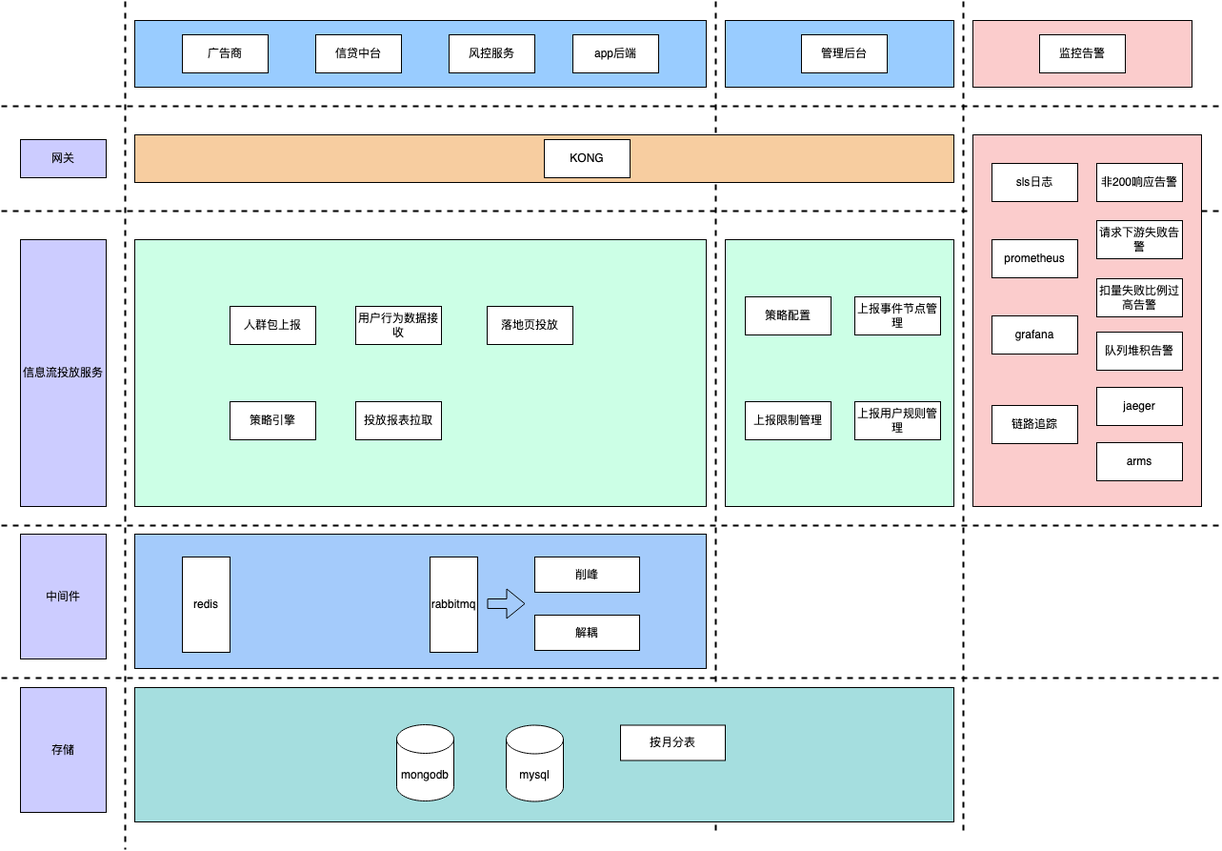
yuanlj-tea/picgo keeps this draw.io diagram as 信息流投放架构.png. Above is the earlier version. Source tidied: cells renumbered, new cells last; positions are measured from the earlier drawing's top-left corner, leaving out a move shared by most shapes.
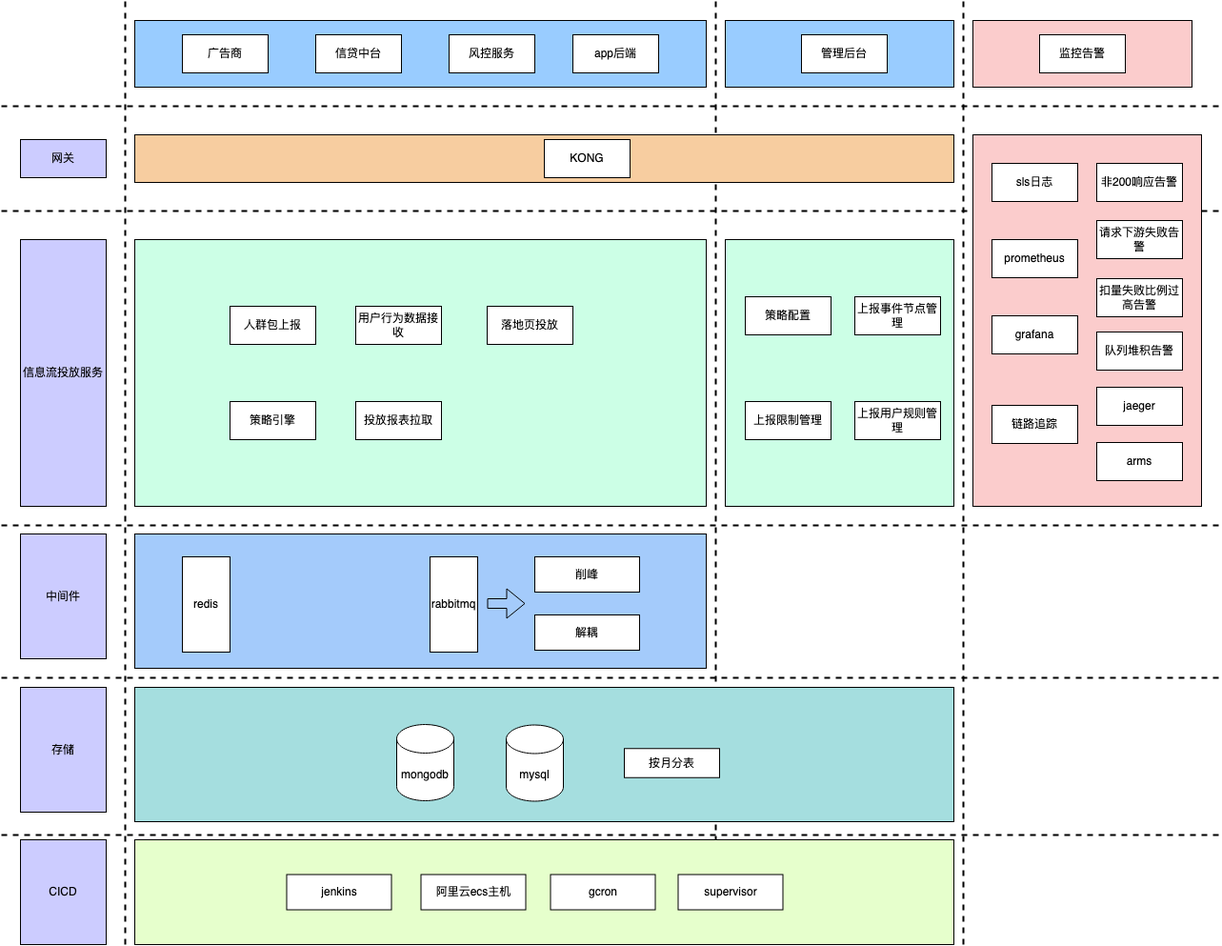
After the change.

Commit message:
更新信息流投放架构.png

What changed in the source:
```diff
@@ -26,7 +26,7 @@
     <mxCell id="8" style="endArrow=none;dashed=1;html=1;rounded=0;strokeWidth=2;" parent="1" edge="1">
       <mxGeometry relative="1" as="geometry">
         <mxPoint x="750" as="sourcePoint" />
-        <mxPoint x="750" y="870" as="targetPoint" />
+        <mxPoint x="750" y="990" as="targetPoint" />
       </mxGeometry>
     </mxCell>
     <mxCell id="9" style="rounded=0;whiteSpace=wrap;html=1;fillColor=#99CCFF;" parent="1" vertex="1">
@@ -38,7 +38,7 @@
     <mxCell id="11" style="endArrow=none;dashed=1;html=1;rounded=0;strokeWidth=2;" parent="1" edge="1">
       <mxGeometry relative="1" as="geometry">
         <mxPoint x="130" as="sourcePoint" />
-        <mxPoint x="130" y="890" as="targetPoint" />
+        <mxPoint x="130" y="990" as="targetPoint" />
       </mxGeometry>
     </mxCell>
     <mxCell id="12" value="网关" style="rounded=0;whiteSpace=wrap;html=1;fillColor=#CCCCFF;" parent="1" vertex="1">
@@ -68,7 +68,7 @@
     <mxCell id="19" style="endArrow=none;dashed=1;html=1;rounded=0;strokeWidth=2;" parent="1" edge="1">
       <mxGeometry relative="1" as="geometry">
         <mxPoint x="1010" as="sourcePoint" />
-        <mxPoint x="1010" y="870" as="targetPoint" />
+        <mxPoint x="1010" y="990" as="targetPoint" />
       </mxGeometry>
     </mxCell>
     <mxCell id="20" style="rounded=0;whiteSpace=wrap;html=1;fillColor=#CCFFE6;" parent="1" vertex="1">
@@ -186,7 +186,31 @@
       <mxGeometry x="530" y="759.5" width="60" height="80" as="geometry" />
     </mxCell>
     <mxCell id="55" value="按月分表" style="rounded=0;whiteSpace=wrap;html=1;" parent="1" vertex="1">
-      <mxGeometry x="650" y="759.5" width="110" height="37" as="geometry" />
+      <mxGeometry x="654" y="784.2" width="100" height="30.5" as="geometry" />
     </mxCell>
+    <mxCell id="56" style="endArrow=none;dashed=1;html=1;rounded=0;strokeWidth=2;" parent="1" edge="1">
+      <mxGeometry relative="1" as="geometry">
+        <mxPoint y="875" as="sourcePoint" />
+        <mxPoint x="1280" y="875" as="targetPoint" />
+      </mxGeometry>
+    </mxCell>
+    <mxCell id="57" value="CICD" style="rounded=0;whiteSpace=wrap;html=1;fillColor=#CCCCFF;" parent="1" vertex="1">
+      <mxGeometry x="20" y="880" width="90" height="110" as="geometry" />
+    </mxCell>
+    <mxCell id="58" style="rounded=0;whiteSpace=wrap;html=1;fillColor=#E6FFCC;" parent="1" vertex="1">
+      <mxGeometry x="140" y="880" width="860" height="110" as="geometry" />
+    </mxCell>
+    <mxCell id="59" value="jenkins" style="rounded=0;whiteSpace=wrap;html=1;" parent="1" vertex="1">
+      <mxGeometry x="299.5" y="916.5" width="110" height="37" as="geometry" />
+    </mxCell>
+    <mxCell id="60" value="阿里云ecs主机" style="rounded=0;whiteSpace=wrap;html=1;" parent="1" vertex="1">
+      <mxGeometry x="440.5" y="916.5" width="110" height="37" as="geometry" />
+    </mxCell>
+    <mxCell id="61" value="gcron" style="rounded=0;whiteSpace=wrap;html=1;" parent="1" vertex="1">
+      <mxGeometry x="576.5" y="916.5" width="110" height="37" as="geometry" />
+    </mxCell>
+    <mxCell id="62" value="supervisor" style="rounded=0;whiteSpace=wrap;html=1;" parent="1" vertex="1">
+      <mxGeometry x="710.5" y="916.5" width="110" height="37" as="geometry" />
+    </mxCell>
   </root>
 </mxGraphModel>
```
